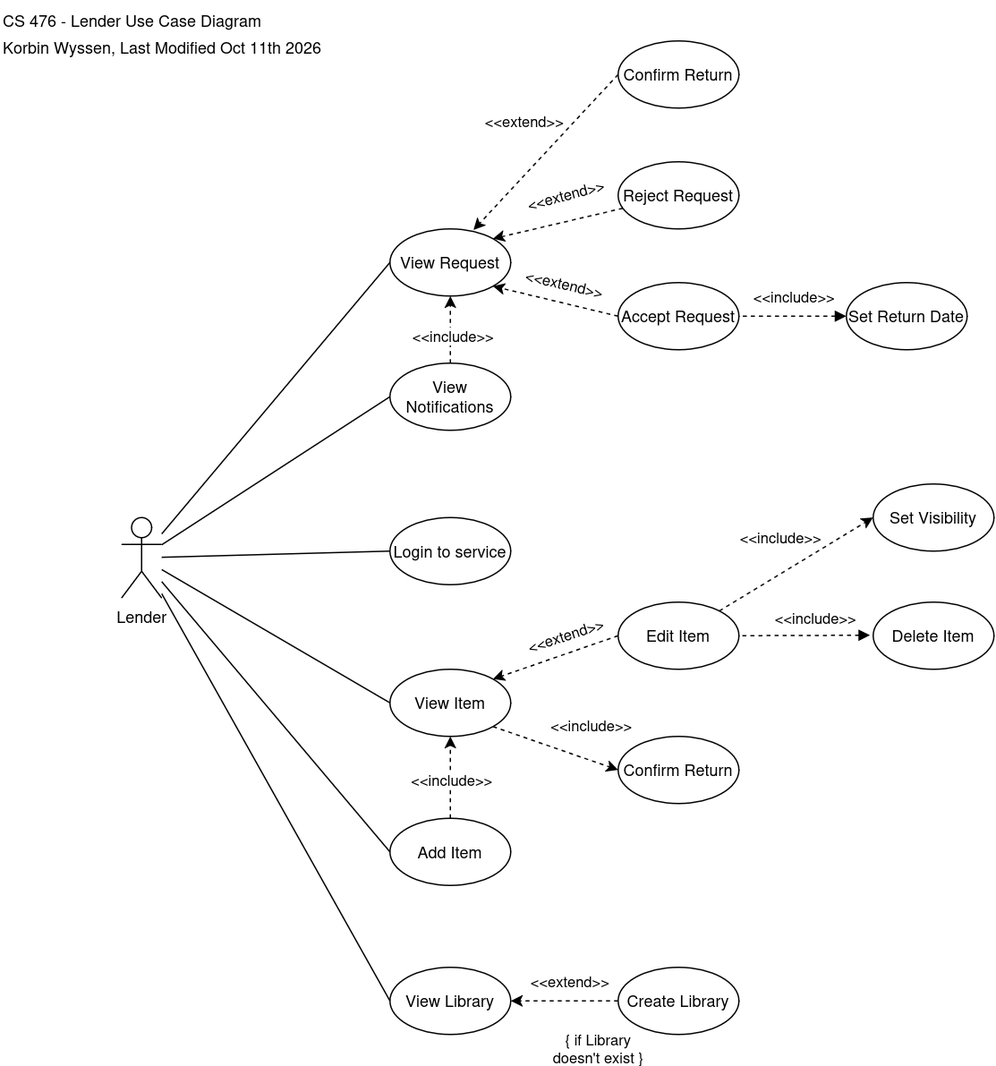
Earlier version of the draw.io export Documentation/Diagrams/Korbin - CS 476 - Lender Use Case Diagram.png (GKFire/CS476-Group-Project). Source tidied: cells renumbered, new cells last; positions are measured from the earlier drawing's top-left corner, leaving out a move shared by most shapes.
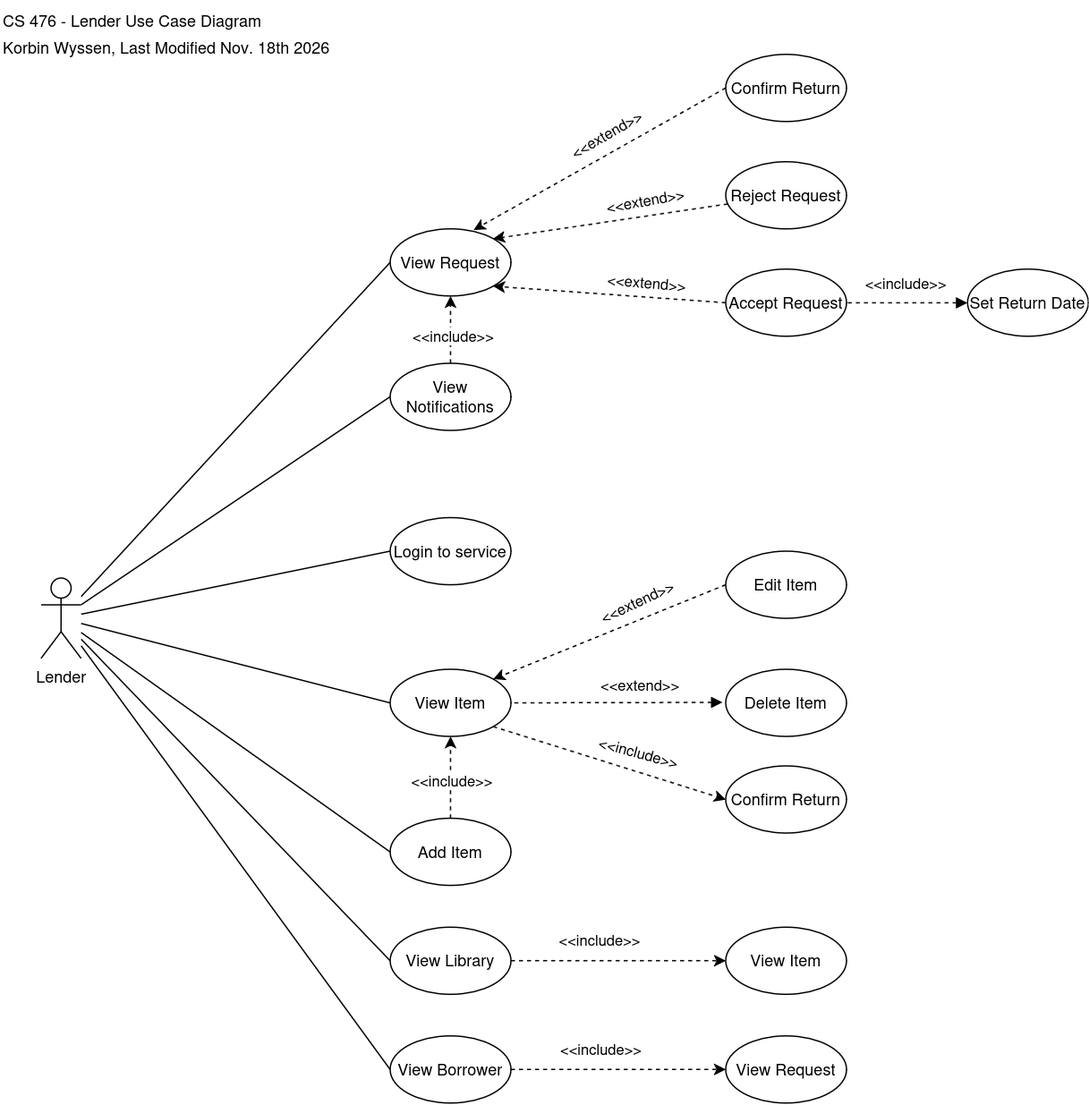
The same file after the commit.

What changed in the source:
```diff
@@ -6,57 +6,41 @@
       <mxGeometry relative="1" as="geometry" />
     </mxCell>
     <mxCell id="3" value="Lender" style="shape=umlActor;verticalLabelPosition=bottom;verticalAlign=top;html=1;" parent="1" vertex="1">
-      <mxGeometry x="90" y="385" width="30" height="60" as="geometry" />
+      <mxGeometry x="30" y="430" width="30" height="60" as="geometry" />
     </mxCell>
     <mxCell id="4" style="rounded=0;jettySize=auto;html=1;exitX=1;exitY=1;exitDx=0;exitDy=0;entryX=0;entryY=0.5;entryDx=0;entryDy=0;dashed=1;" parent="1" edge="1" source="6" target="47">
       <mxGeometry relative="1" as="geometry" />
     </mxCell>
-    <mxCell id="5" value="&amp;lt;&amp;lt;include&amp;gt;&amp;gt;" style="edgeLabel;html=1;align=center;verticalAlign=middle;" parent="4" vertex="1">
+    <mxCell id="5" value="&amp;lt;&amp;lt;include&amp;gt;&amp;gt;" style="edgeLabel;html=1;align=center;verticalAlign=middle;rotation=15;" parent="4" vertex="1">
       <mxGeometry x="0.36" y="2" relative="1" as="geometry">
-        <mxPoint x="9" y="-21" as="offset" />
+        <mxPoint x="-11" y="-16" as="offset" />
       </mxGeometry>
     </mxCell>
     <mxCell id="6" value="View Item" style="ellipse;whiteSpace=wrap;html=1;" parent="1" vertex="1">
       <mxGeometry x="290" y="498" width="90" height="50" as="geometry" />
     </mxCell>
-    <mxCell id="7" style="rounded=0;jettySize=auto;html=1;entryX=0;entryY=0.5;entryDx=0;entryDy=0;dashed=1;" parent="1" edge="1" source="9" target="48">
-      <mxGeometry relative="1" as="geometry" />
-    </mxCell>
-    <mxCell id="8" value="&amp;lt;&amp;lt;include&amp;gt;&amp;gt;" style="edgeLabel;html=1;align=center;verticalAlign=middle;" parent="7" vertex="1">
-      <mxGeometry x="0.24" y="2" relative="1" as="geometry">
-        <mxPoint x="-25" y="-10" as="offset" />
-      </mxGeometry>
-    </mxCell>
     <mxCell id="9" value="Edit Item" style="ellipse;whiteSpace=wrap;html=1;" parent="1" vertex="1">
-      <mxGeometry x="460" y="448" width="90" height="50" as="geometry" />
+      <mxGeometry x="540" y="410" width="90" height="50" as="geometry" />
     </mxCell>
     <mxCell id="10" value="Add Item" style="ellipse;whiteSpace=wrap;html=1;" parent="1" vertex="1">
       <mxGeometry x="290" y="609" width="90" height="50" as="geometry" />
     </mxCell>
     <mxCell id="11" value="Delete Item" style="ellipse;whiteSpace=wrap;html=1;" parent="1" vertex="1">
-      <mxGeometry x="650" y="448" width="90" height="50" as="geometry" />
+      <mxGeometry x="540" y="498" width="90" height="50" as="geometry" />
     </mxCell>
-    <mxCell id="12" style="edgeStyle=orthogonalEdgeStyle;rounded=0;jettySize=auto;html=1;entryX=1;entryY=0.5;entryDx=0;entryDy=0;dashed=1;" parent="1" edge="1" source="15" target="17">
-      <mxGeometry relative="1" as="geometry" />
-    </mxCell>
-    <mxCell id="13" value="&lt;div&gt;{ if Library doesn't exist }&lt;/div&gt;" style="edgeLabel;html=1;align=center;verticalAlign=middle;whiteSpace=wrap;labelWidth=75;" parent="12" vertex="1">
-      <mxGeometry x="-0.1" y="-2" relative="1" as="geometry">
-        <mxPoint x="21" y="37" as="offset" />
-      </mxGeometry>
-    </mxCell>
-    <mxCell id="14" value="&amp;lt;&amp;lt;extend&amp;gt;&amp;gt;" style="edgeLabel;html=1;align=center;verticalAlign=middle;" parent="12" vertex="1">
-      <mxGeometry x="-0.07" y="-1" relative="1" as="geometry">
-        <mxPoint y="-14" as="offset" />
-      </mxGeometry>
-    </mxCell>
-    <mxCell id="15" value="Create Library" style="ellipse;whiteSpace=wrap;html=1;" parent="1" vertex="1">
-      <mxGeometry x="460" y="720" width="90" height="50" as="geometry" />
-    </mxCell>
     <mxCell id="16" value="Login to service" style="ellipse;whiteSpace=wrap;html=1;" parent="1" vertex="1">
       <mxGeometry x="290" y="385" width="90" height="50" as="geometry" />
     </mxCell>
+    <mxCell id="49" style="edgeStyle=orthogonalEdgeStyle;rounded=0;jettySize=auto;html=1;entryX=0;entryY=0.5;entryDx=0;entryDy=0;defaultLabelBackgroundColor=page;labelPadding=0 4;dashed=1;" parent="1" edge="1" source="17" target="56">
+      <mxGeometry relative="1" as="geometry" />
+    </mxCell>
+    <mxCell id="50" value="&amp;lt;&amp;lt;include&amp;gt;&amp;gt;" style="edgeLabel;html=1;align=center;verticalAlign=middle;inheritText=1;defaultLabelBackgroundColor=page;labelPadding=0 4;" parent="49" vertex="1">
+      <mxGeometry x="-0.38" relative="1" as="geometry">
+        <mxPoint x="15" y="-15" as="offset" />
+      </mxGeometry>
+    </mxCell>
     <mxCell id="17" value="View Library" style="ellipse;whiteSpace=wrap;html=1;" parent="1" vertex="1">
-      <mxGeometry x="290" y="720" width="90" height="50" as="geometry" />
+      <mxGeometry x="290" y="690" width="90" height="50" as="geometry" />
     </mxCell>
     <mxCell id="18" style="rounded=0;jettySize=auto;html=1;entryX=0.5;entryY=1;entryDx=0;entryDy=0;dashed=1;" parent="1" edge="1" source="20" target="21">
       <mxGeometry relative="1" as="geometry" />
@@ -71,28 +55,28 @@
       <mxGeometry x="290" y="170" width="90" height="50" as="geometry" />
     </mxCell>
     <mxCell id="22" value="Set Return Date" style="ellipse;whiteSpace=wrap;html=1;" parent="1" vertex="1">
-      <mxGeometry x="630" y="210" width="90" height="50" as="geometry" />
+      <mxGeometry x="720" y="200" width="90" height="50" as="geometry" />
     </mxCell>
     <mxCell id="23" value="Accept Request" style="ellipse;whiteSpace=wrap;html=1;" parent="1" vertex="1">
-      <mxGeometry x="460" y="210" width="90" height="50" as="geometry" />
+      <mxGeometry x="540" y="200" width="90" height="50" as="geometry" />
     </mxCell>
     <mxCell id="24" style="rounded=0;jettySize=auto;html=1;entryX=1;entryY=0;entryDx=0;entryDy=0;dashed=1;" parent="1" edge="1" source="26" target="21">
       <mxGeometry relative="1" as="geometry" />
     </mxCell>
-    <mxCell id="25" value="&amp;lt;&amp;lt;extend&amp;gt;&amp;gt;" style="edgeLabel;html=1;align=center;verticalAlign=middle;rotation=345;" parent="24" vertex="1">
+    <mxCell id="25" value="&amp;lt;&amp;lt;extend&amp;gt;&amp;gt;" style="edgeLabel;html=1;align=center;verticalAlign=middle;rotation=-10;" parent="24" vertex="1">
       <mxGeometry x="0.02" y="1" relative="1" as="geometry">
-        <mxPoint x="5" y="-22" as="offset" />
+        <mxPoint x="27" y="-17" as="offset" />
       </mxGeometry>
     </mxCell>
     <mxCell id="26" value="Reject Request" style="ellipse;whiteSpace=wrap;html=1;" parent="1" vertex="1">
-      <mxGeometry x="460" y="120" width="90" height="50" as="geometry" />
+      <mxGeometry x="540" y="120" width="90" height="50" as="geometry" />
     </mxCell>
     <mxCell id="27" style="rounded=0;jettySize=auto;html=1;entryX=1;entryY=1;entryDx=0;entryDy=0;dashed=1;exitX=0;exitY=0.5;exitDx=0;exitDy=0;" parent="1" edge="1" source="23" target="21">
       <mxGeometry relative="1" as="geometry" />
     </mxCell>
-    <mxCell id="28" value="&amp;lt;&amp;lt;extend&amp;gt;&amp;gt;" style="edgeLabel;html=1;align=center;verticalAlign=middle;rotation=13;" parent="27" vertex="1">
+    <mxCell id="28" value="&amp;lt;&amp;lt;extend&amp;gt;&amp;gt;" style="edgeLabel;html=1;align=center;verticalAlign=middle;rotation=5;" parent="27" vertex="1">
       <mxGeometry x="-0.32" y="1" relative="1" as="geometry">
-        <mxPoint x="-8" y="-18" as="offset" />
+        <mxPoint x="-1" y="-12" as="offset" />
       </mxGeometry>
     </mxCell>
     <mxCell id="29" style="rounded=0;jettySize=auto;html=1;entryX=1;entryY=0.5;entryDx=0;entryDy=0;dashed=1;exitX=0;exitY=0.5;exitDx=0;exitDy=0;startArrow=block;startFill=1;endArrow=none;endFill=0;" parent="1" edge="1" source="22" target="23">
@@ -100,13 +84,13 @@
     </mxCell>
     <mxCell id="30" value="&amp;lt;&amp;lt;include&amp;gt;&amp;gt;" style="edgeLabel;html=1;align=center;verticalAlign=middle;" parent="29" vertex="1">
       <mxGeometry x="-0.32" y="1" relative="1" as="geometry">
-        <mxPoint x="-13" y="-16" as="offset" />
+        <mxPoint x="-16" y="-16" as="offset" />
       </mxGeometry>
     </mxCell>
     <mxCell id="31" style="rounded=0;jettySize=auto;html=1;entryX=1;entryY=0;entryDx=0;entryDy=0;dashed=1;exitX=0;exitY=0.5;exitDx=0;exitDy=0;" parent="1" edge="1" source="9" target="6">
       <mxGeometry relative="1" as="geometry" />
     </mxCell>
-    <mxCell id="32" value="&amp;lt;&amp;lt;extend&amp;gt;&amp;gt;" style="edgeLabel;html=1;align=center;verticalAlign=middle;rotation=342;" parent="31" vertex="1">
+    <mxCell id="32" value="&amp;lt;&amp;lt;extend&amp;gt;&amp;gt;" style="edgeLabel;html=1;align=center;verticalAlign=middle;rotation=-25;" parent="31" vertex="1">
       <mxGeometry x="-0.32" y="1" relative="1" as="geometry">
         <mxPoint x="-8" y="-12" as="offset" />
       </mxGeometry>
@@ -119,10 +103,10 @@
         <mxPoint x="1" y="-8" as="offset" />
       </mxGeometry>
     </mxCell>
-    <mxCell id="35" style="rounded=0;jettySize=auto;html=1;entryX=1;entryY=0.5;entryDx=0;entryDy=0;dashed=1;exitX=-0.026;exitY=0.493;exitDx=0;exitDy=0;exitPerimeter=0;startArrow=block;startFill=1;endArrow=none;endFill=0;" parent="1" edge="1" source="11" target="9">
+    <mxCell id="35" style="rounded=0;jettySize=auto;html=1;entryX=1;entryY=0.5;entryDx=0;entryDy=0;dashed=1;exitX=-0.026;exitY=0.493;exitDx=0;exitDy=0;exitPerimeter=0;startArrow=block;startFill=1;endArrow=none;endFill=0;" parent="1" edge="1" source="11" target="6">
       <mxGeometry relative="1" as="geometry" />
     </mxCell>
-    <mxCell id="36" value="&amp;lt;&amp;lt;include&amp;gt;&amp;gt;" style="edgeLabel;html=1;align=center;verticalAlign=middle;" parent="35" vertex="1">
+    <mxCell id="36" value="&amp;lt;&amp;lt;extend&amp;gt;&amp;gt;" style="edgeLabel;html=1;align=center;verticalAlign=middle;" parent="35" vertex="1">
       <mxGeometry x="-0.32" y="1" relative="1" as="geometry">
         <mxPoint x="-8" y="-14" as="offset" />
       </mxGeometry>
@@ -145,25 +129,42 @@
     <mxCell id="42" value="CS 476 - Lender Use Case Diagram" style="text;html=1;whiteSpace=wrap;strokeColor=none;fillColor=none;align=left;verticalAlign=middle;rounded=0;" parent="1" vertex="1">
       <mxGeometry width="250" height="30" as="geometry" />
     </mxCell>
-    <mxCell id="43" value="Korbin Wyssen, Last Modified Oct 11th 2026" style="text;html=1;whiteSpace=wrap;strokeColor=none;fillColor=none;align=left;verticalAlign=middle;rounded=0;" parent="1" vertex="1">
+    <mxCell id="43" value="Korbin Wyssen, Last Modified Nov. 18th 2026" style="text;html=1;whiteSpace=wrap;strokeColor=none;fillColor=none;align=left;verticalAlign=middle;rounded=0;" parent="1" vertex="1">
       <mxGeometry y="20" width="250" height="30" as="geometry" />
     </mxCell>
     <mxCell id="44" value="Confirm Return" style="ellipse;whiteSpace=wrap;html=1;" parent="1" vertex="1">
-      <mxGeometry x="460" y="30" width="90" height="50" as="geometry" />
+      <mxGeometry x="540" y="40" width="90" height="50" as="geometry" />
     </mxCell>
     <mxCell id="45" style="rounded=0;jettySize=auto;html=1;exitX=0;exitY=0.5;exitDx=0;exitDy=0;entryX=0.692;entryY=0.015;entryDx=0;entryDy=0;entryPerimeter=0;dashed=1;" parent="1" edge="1" source="44" target="21">
       <mxGeometry relative="1" as="geometry" />
     </mxCell>
-    <mxCell id="46" value="&amp;lt;&amp;lt;extend&amp;gt;&amp;gt;" style="edgeLabel;html=1;align=center;verticalAlign=middle;" parent="45" vertex="1">
+    <mxCell id="46" value="&amp;lt;&amp;lt;extend&amp;gt;&amp;gt;" style="edgeLabel;html=1;align=center;verticalAlign=middle;rotation=-30;" parent="45" vertex="1">
       <mxGeometry x="-0.14" relative="1" as="geometry">
-        <mxPoint x="-24" y="-15" as="offset" />
+        <mxPoint x="-9" y="-11" as="offset" />
       </mxGeometry>
     </mxCell>
     <mxCell id="47" value="Confirm Return" style="ellipse;whiteSpace=wrap;html=1;" parent="1" vertex="1">
-      <mxGeometry x="460" y="548" width="90" height="50" as="geometry" />
+      <mxGeometry x="540" y="570" width="90" height="50" as="geometry" />
     </mxCell>
-    <mxCell id="48" value="Set Visibility" style="ellipse;whiteSpace=wrap;html=1;" parent="1" vertex="1">
-      <mxGeometry x="650" y="360" width="90" height="50" as="geometry" />
-    </mxCell>
+    <mxCell id="51" style="edgeStyle=orthogonalEdgeStyle;rounded=0;jettySize=auto;html=1;entryX=0;entryY=0.5;entryDx=0;entryDy=0;defaultLabelBackgroundColor=page;labelPadding=0 4;dashed=1;" parent="1" edge="1" source="53" target="54">
+      <mxGeometry relative="1" as="geometry" />
+    </mxCell>
+    <mxCell id="52" value="&amp;lt;&amp;lt;include&amp;gt;&amp;gt;" style="edgeLabel;html=1;align=center;verticalAlign=middle;inheritText=1;defaultLabelBackgroundColor=page;labelPadding=0 4;" parent="51" vertex="1">
+      <mxGeometry x="-0.16" y="1" relative="1" as="geometry">
+        <mxPoint y="-15" as="offset" />
+      </mxGeometry>
+    </mxCell>
+    <mxCell id="53" value="View Borrower" style="ellipse;whiteSpace=wrap;html=1;" parent="1" vertex="1">
+      <mxGeometry x="290" y="771" width="90" height="50" as="geometry" />
+    </mxCell>
+    <mxCell id="54" value="View Request" style="ellipse;whiteSpace=wrap;html=1;" parent="1" vertex="1">
+      <mxGeometry x="540" y="771" width="90" height="50" as="geometry" />
+    </mxCell>
+    <mxCell id="55" style="rounded=0;jettySize=auto;html=1;defaultLabelBackgroundColor=page;labelPadding=0 4;endArrow=none;endFill=0;exitX=0;exitY=0.5;exitDx=0;exitDy=0;" parent="1" edge="1" source="53" target="3">
+      <mxGeometry relative="1" as="geometry" />
+    </mxCell>
+    <mxCell id="56" value="View Item" style="ellipse;whiteSpace=wrap;html=1;" parent="1" vertex="1">
+      <mxGeometry x="540" y="690" width="90" height="50" as="geometry" />
+    </mxCell>
   </root>
 </mxGraphModel>
```
